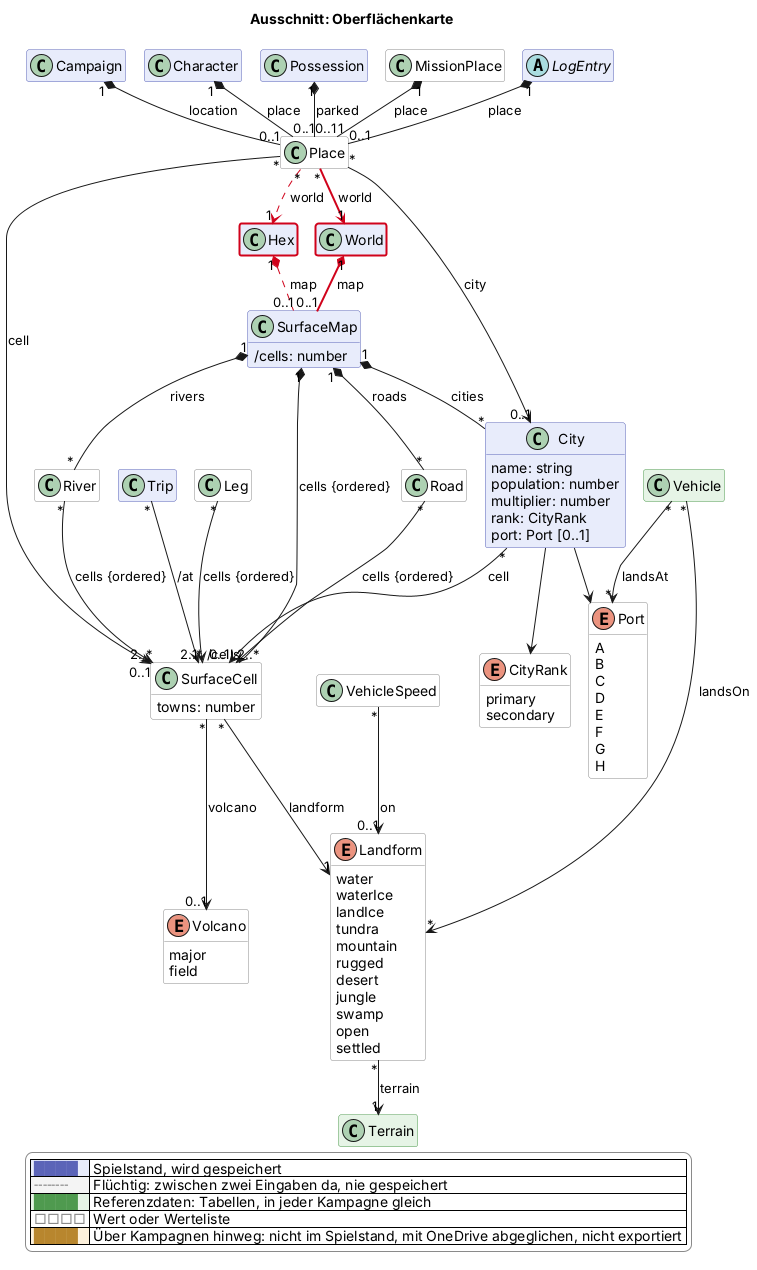
This is docs/views/oberflaeche.png from scuzzar/SRE, a PlantUML export, as it was before one commit.
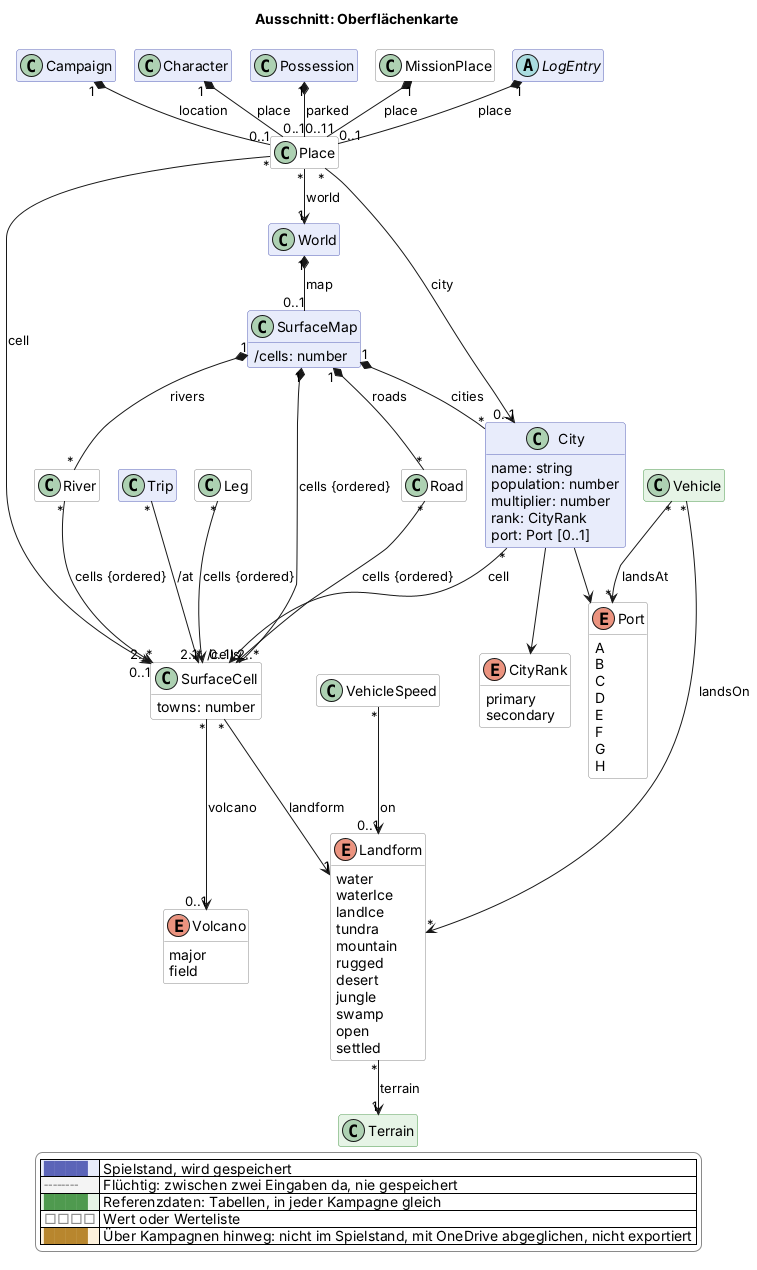
After the change.

What changed in the source:
```diff
@@ -76,8 +76,7 @@
 
 
 
-  class Hex $sektor
-  class World $sektor $newClass("2026-11-20b")
+  class World $sektor
 
   class MissionPlace <<value>> $mission
 
@@ -150,8 +149,7 @@
 MissionPlace "1" *-- "1" Place : place
 
 
-Hex "1" *-$goneArrow("2026-11-20b")- "0..1" SurfaceMap : map
-World "1" *-$newArrow("2026-11-20b")- "0..1" SurfaceMap : map
+World "1" *-- "0..1" SurfaceMap : map
 SurfaceMap "1" *-- "/cells" SurfaceCell : cells {ordered}
 SurfaceCell "*" --> "1" Landform : landform
 SurfaceCell "*" --> "0..1" Volcano : volcano
@@ -162,8 +160,7 @@
 Road "*" --> "2..*" SurfaceCell : cells {ordered}
 City "*" --> "0..1" SurfaceCell : cell
 LogEntry "1" *-- "0..1" Place : place
-Place "*" -$goneArrow("2026-11-20b")-> "1" Hex : world
-Place "*" -$newArrow("2026-11-20b")-> "1" World : world
+Place "*" --> "1" World : world
 Place "*" --> "0..1" SurfaceCell : cell
 Place "*" --> "0..1" City : city
 City --> CityRank
@@ -191,5 +188,4 @@
   |<#ffffff> <color:#8a8a8a>□□□□</color> | Wert oder Werteliste |
   |<#fdf1dc> <color:#b8862e>████</color> | Über Kampagnen hinweg: nicht im Spielstand, mit OneDrive abgeglichen, nicht exportiert |
 endlegend
-class Hex #line:d0021b;line.bold
 @enduml
```
